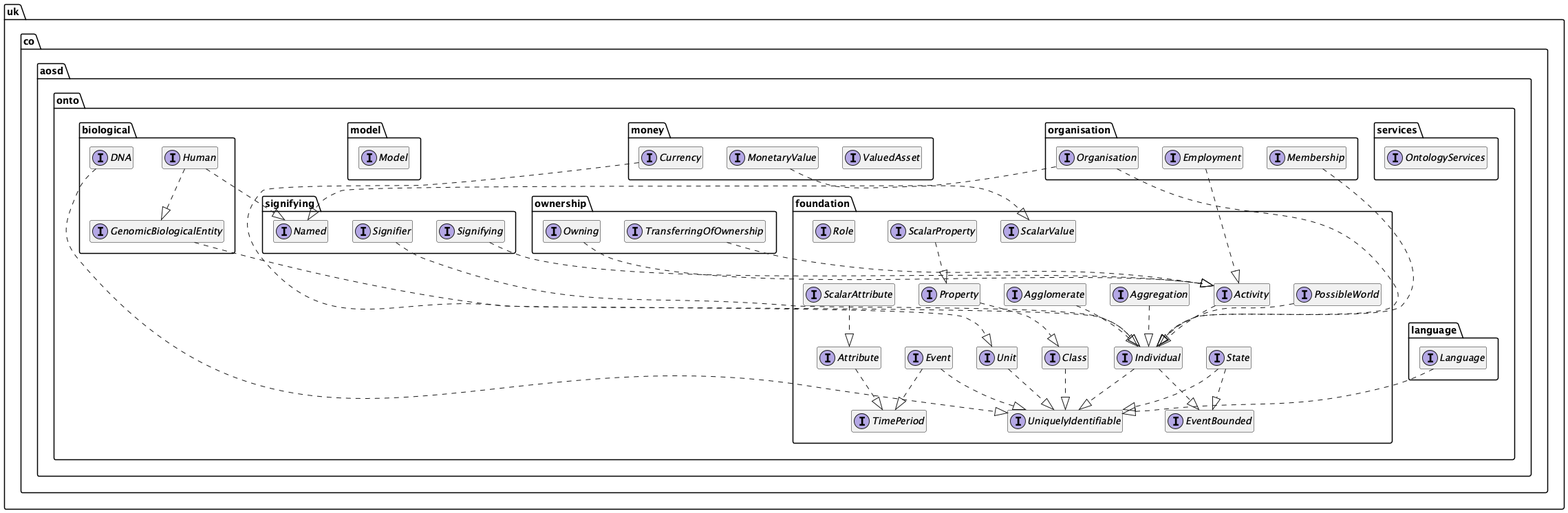
Earlier version of the PlantUML export diagrams/uml.png (twalmsley/FoundationOntology).
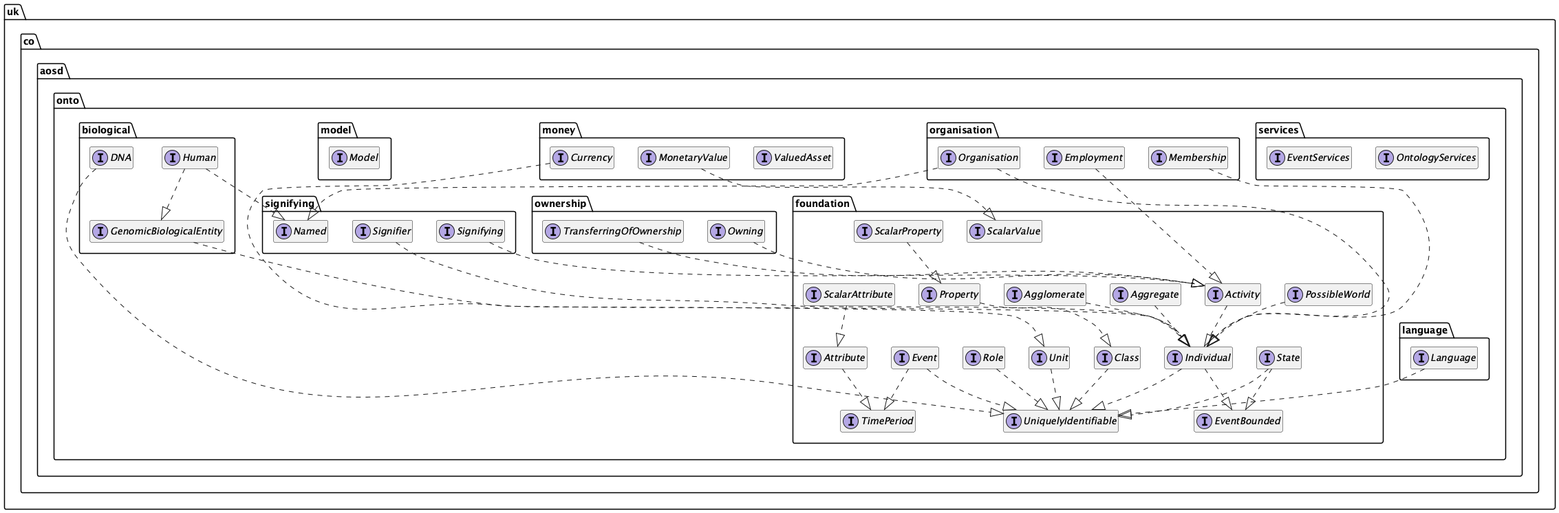
Above is the later version.

Commit message:
Updated UML diagram.

What changed in the source:
```diff
@@ -26,7 +26,7 @@
 }
 
 
-interface uk.co.aosd.onto.foundation.Aggregation {
+interface uk.co.aosd.onto.foundation.Aggregate {
 	{method}  {abstract} +quantity () : uk.co.aosd.onto.foundation.ScalarValue
 }
 
@@ -167,24 +167,43 @@
 }
 
 
+interface uk.co.aosd.onto.services.EventServices {
+	{method}  {abstract} +createAppointedEvent ( paramString1 : String , paramInstant2 : java.time.Instant , paramInstant3 : java.time.Instant ) : uk.co.aosd.onto.events.Appointed
+	{method}  {abstract} +createBirthEvent ( paramString1 : String , paramInstant2 : java.time.Instant , paramInstant3 : java.time.Instant ) : uk.co.aosd.onto.events.Birth
+	{method}  {abstract} +createBuiltEvent ( paramString1 : String , paramInstant2 : java.time.Instant , paramInstant3 : java.time.Instant ) : uk.co.aosd.onto.events.Built
+	{method}  {abstract} +createCreatedEvent ( paramString1 : String , paramInstant2 : java.time.Instant , paramInstant3 : java.time.Instant ) : uk.co.aosd.onto.events.Created
+	{method}  {abstract} +createDeathEvent ( paramString1 : String , paramInstant2 : java.time.Instant , paramInstant3 : java.time.Instant ) : uk.co.aosd.onto.events.Death
+	{method}  {abstract} +createDeletedEvent ( paramString1 : String , paramInstant2 : java.time.Instant , paramInstant3 : java.time.Instant ) : uk.co.aosd.onto.events.Deleted
+	{method}  {abstract} +createDissolvedEvent ( paramString1 : String , paramInstant2 : java.time.Instant , paramInstant3 : java.time.Instant ) : uk.co.aosd.onto.events.Dissolved
+	{method}  {abstract} +createFormedEvent ( paramString1 : String , paramInstant2 : java.time.Instant , paramInstant3 : java.time.Instant ) : uk.co.aosd.onto.events.Formed
+	{method}  {abstract} +createRemovedEvent ( paramString1 : String , paramInstant2 : java.time.Instant , paramInstant3 : java.time.Instant ) : uk.co.aosd.onto.events.Removed
+	{method}  {abstract} +createResignifiedEvent ( paramString1 : String , paramInstant2 : java.time.Instant , paramInstant3 : java.time.Instant ) : uk.co.aosd.onto.events.Resignified
+	{method}  {abstract} +createScrappedEvent ( paramString1 : String , paramInstant2 : java.time.Instant , paramInstant3 : java.time.Instant ) : uk.co.aosd.onto.events.Scrapped
+	{method}  {abstract} +createSoldEvent ( paramString1 : String , paramInstant2 : java.time.Instant , paramInstant3 : java.time.Instant ) : uk.co.aosd.onto.events.Sold
+	{method}  {abstract} +createStartedEvent ( paramString1 : String , paramInstant2 : java.time.Instant , paramInstant3 : java.time.Instant ) : uk.co.aosd.onto.events.Started
+	{method}  {abstract} +createStoppedEvent ( paramString1 : String , paramInstant2 : java.time.Instant , paramInstant3 : java.time.Instant ) : uk.co.aosd.onto.events.Stopped
+	{method}  {abstract} +createTransferredFromEvent ( paramString1 : String , paramInstant2 : java.time.Instant , paramInstant3 : java.time.Instant ) : uk.co.aosd.onto.events.TransferredFrom
+	{method}  {abstract} +createTransferredToEvent ( paramString1 : String , paramInstant2 : java.time.Instant , paramInstant3 : java.time.Instant ) : uk.co.aosd.onto.events.TransferredTo
+}
+
+
 interface uk.co.aosd.onto.services.OntologyServices {
+	{method}  {abstract} +createAgglomerate ( paramString1 : String , paramSet2 : java.util.Set , paramAggregated3 : uk.co.aosd.onto.events.Aggregated , paramDisaggregated4 : uk.co.aosd.onto.events.Disaggregated ) : uk.co.aosd.onto.foundation.Agglomerate
 	{method}  {abstract} +createClass ( paramString1 : String , paramSet2 : java.util.Set ) : uk.co.aosd.onto.foundation.Class
 	{method}  {abstract} +createCurrency ( paramString1 : String , paramString2 : String , paramString3 : String , paramchar4 : char ) : uk.co.aosd.onto.money.Currency
 	{method}  {abstract} +createDna ( paramString1 : String , paramString2 : String ) : uk.co.aosd.onto.biological.DNA
-	{method}  {abstract} +createEvent ( paramString1 : String , paramInstant2 : java.time.Instant , paramInstant3 : java.time.Instant ) : uk.co.aosd.onto.foundation.Event
-	{method}  {abstract} +createHuman ( paramString1 : String , paramEvent2 : uk.co.aosd.onto.foundation.Event , paramEvent3 : uk.co.aosd.onto.foundation.Event , paramClass4 : uk.co.aosd.onto.foundation.Class , paramLanguage5 : uk.co.aosd.onto.language.Language , paramClass6 : uk.co.aosd.onto.foundation.Class , paramDNA7 : uk.co.aosd.onto.biological.DNA ) : uk.co.aosd.onto.biological.Human
-	{method}  {abstract} +createIndividual ( paramString1 : String , paramEvent2 : uk.co.aosd.onto.foundation.Event , paramEvent3 : uk.co.aosd.onto.foundation.Event ) : uk.co.aosd.onto.foundation.Individual
+	{method}  {abstract} +createHuman ( paramString1 : String , paramBirth2 : uk.co.aosd.onto.events.Birth , paramDeath3 : uk.co.aosd.onto.events.Death , paramClass4 : uk.co.aosd.onto.foundation.Class , paramLanguage5 : uk.co.aosd.onto.language.Language , paramClass6 : uk.co.aosd.onto.foundation.Class , paramDNA7 : uk.co.aosd.onto.biological.DNA ) : uk.co.aosd.onto.biological.Human
 	{method}  {abstract} +createLanguage ( paramString1 : String , paramString2 : String ) : uk.co.aosd.onto.language.Language
-	{method}  {abstract} +createMembership ( paramString1 : String , paramHuman2 : uk.co.aosd.onto.biological.Human , paramRole3 : uk.co.aosd.onto.foundation.Role , paramEvent4 : uk.co.aosd.onto.foundation.Event , paramEvent5 : uk.co.aosd.onto.foundation.Event ) : uk.co.aosd.onto.organisation.Membership
+	{method}  {abstract} +createMembership ( paramString1 : String , paramHuman2 : uk.co.aosd.onto.biological.Human , paramRole3 : uk.co.aosd.onto.foundation.Role , paramAppointed4 : uk.co.aosd.onto.events.Appointed , paramRemoved5 : uk.co.aosd.onto.events.Removed ) : uk.co.aosd.onto.organisation.Membership
 	{method}  {abstract} +createModel () : uk.co.aosd.onto.model.Model
 	{method}  {abstract} +createMonetaryValue ( paramDecimal3f1 : org.decimal4j.immutable.Decimal3f , paramCurrency2 : uk.co.aosd.onto.money.Currency ) : uk.co.aosd.onto.money.MonetaryValue
-	{method}  {abstract} +createOrganisation ( paramString1 : String , paramClass2 : uk.co.aosd.onto.foundation.Class , paramString3 : String , paramClass4 : uk.co.aosd.onto.foundation.Class , paramClass5 : uk.co.aosd.onto.foundation.Class , paramEvent6 : uk.co.aosd.onto.foundation.Event , paramEvent7 : uk.co.aosd.onto.foundation.Event ) : uk.co.aosd.onto.organisation.Organisation
-	{method}  {abstract} +createOwnership ( paramString1 : String , paramString2 : String , paramIndividual3 : uk.co.aosd.onto.foundation.Individual , paramIndividual4 : uk.co.aosd.onto.foundation.Individual , paramEvent5 : uk.co.aosd.onto.foundation.Event , paramEvent6 : uk.co.aosd.onto.foundation.Event ) : uk.co.aosd.onto.ownership.Owning
-	{method}  {abstract} +createPossibleWorld ( paramString1 : String , paramSet2 : java.util.Set , paramEvent3 : uk.co.aosd.onto.foundation.Event , paramEvent4 : uk.co.aosd.onto.foundation.Event ) : uk.co.aosd.onto.foundation.PossibleWorld
-	{method}  {abstract} +createRole ( paramString1 : String ) : uk.co.aosd.onto.foundation.Role
-	{method}  {abstract} +createSignifier ( paramString1 : String , paramObject2 : Object , paramLanguage3 : uk.co.aosd.onto.language.Language , paramEvent4 : uk.co.aosd.onto.foundation.Event , paramEvent5 : uk.co.aosd.onto.foundation.Event ) : uk.co.aosd.onto.signifying.Signifier
+	{method}  {abstract} +createOrganisation ( paramString1 : String , paramClass2 : uk.co.aosd.onto.foundation.Class , paramString3 : String , paramClass4 : uk.co.aosd.onto.foundation.Class , paramClass5 : uk.co.aosd.onto.foundation.Class , paramFormed6 : uk.co.aosd.onto.events.Formed , paramDissolved7 : uk.co.aosd.onto.events.Dissolved ) : uk.co.aosd.onto.organisation.Organisation
+	{method}  {abstract} +createOwnership ( paramString1 : String , paramString2 : String , paramIndividual3 : uk.co.aosd.onto.foundation.Individual , paramIndividual4 : uk.co.aosd.onto.foundation.Individual , paramTransferredFrom5 : uk.co.aosd.onto.events.TransferredFrom , paramTransferredTo6 : uk.co.aosd.onto.events.TransferredTo ) : uk.co.aosd.onto.ownership.Owning
+	{method}  {abstract} +createPossibleWorld ( paramString1 : String , paramSet2 : java.util.Set , paramCreated3 : uk.co.aosd.onto.events.Created , paramDeleted4 : uk.co.aosd.onto.events.Deleted ) : uk.co.aosd.onto.foundation.PossibleWorld
+	{method}  {abstract} +createRole ( paramString1 : String , paramString2 : String ) : uk.co.aosd.onto.foundation.Role
+	{method}  {abstract} +createSignifier ( paramString1 : String , paramObject2 : Object , paramLanguage3 : uk.co.aosd.onto.language.Language , paramResignified4 : uk.co.aosd.onto.events.Resignified , paramResignified5 : uk.co.aosd.onto.events.Resignified ) : uk.co.aosd.onto.signifying.Signifier
 	{method}  {abstract} +createState ( paramString1 : String , paramIndividual2 : uk.co.aosd.onto.foundation.Individual , paramEvent3 : uk.co.aosd.onto.foundation.Event , paramEvent4 : uk.co.aosd.onto.foundation.Event ) : uk.co.aosd.onto.foundation.State
-	{method}  {abstract} +transferOwnership ( paramString1 : String , paramString2 : String , paramOwning3 : uk.co.aosd.onto.ownership.Owning , paramIndividual4 : uk.co.aosd.onto.foundation.Individual , paramEvent5 : uk.co.aosd.onto.foundation.Event , paramEvent6 : uk.co.aosd.onto.foundation.Event ) : uk.co.aosd.onto.ownership.TransferringOfOwnership
+	{method}  {abstract} +transferOwnership ( paramString1 : String , paramString2 : String , paramOwning3 : uk.co.aosd.onto.ownership.Owning , paramIndividual4 : uk.co.aosd.onto.foundation.Individual , paramStarted5 : uk.co.aosd.onto.events.Started , paramStopped6 : uk.co.aosd.onto.events.Stopped ) : uk.co.aosd.onto.ownership.TransferringOfOwnership
 }
 
 
@@ -214,7 +233,7 @@
 uk.co.aosd.onto.biological.Human ..|>  uk.co.aosd.onto.signifying.Named
 uk.co.aosd.onto.foundation.Activity ..|>  uk.co.aosd.onto.foundation.Individual
 uk.co.aosd.onto.foundation.Agglomerate ..|>  uk.co.aosd.onto.foundation.Individual
-uk.co.aosd.onto.foundation.Aggregation ..|>  uk.co.aosd.onto.foundation.Individual
+uk.co.aosd.onto.foundation.Aggregate ..|>  uk.co.aosd.onto.foundation.Individual
 uk.co.aosd.onto.foundation.Attribute ..|>  uk.co.aosd.onto.foundation.TimePeriod
 uk.co.aosd.onto.foundation.Class ..|>  uk.co.aosd.onto.foundation.UniquelyIdentifiable
 uk.co.aosd.onto.foundation.Event ..|>  uk.co.aosd.onto.foundation.TimePeriod
@@ -223,6 +242,7 @@
 uk.co.aosd.onto.foundation.Individual ..|>  uk.co.aosd.onto.foundation.UniquelyIdentifiable
 uk.co.aosd.onto.foundation.PossibleWorld ..|>  uk.co.aosd.onto.foundation.Individual
 uk.co.aosd.onto.foundation.Property ..|>  uk.co.aosd.onto.foundation.Class
+uk.co.aosd.onto.foundation.Role ..|>  uk.co.aosd.onto.foundation.UniquelyIdentifiable
 uk.co.aosd.onto.foundation.ScalarAttribute ..|>  uk.co.aosd.onto.foundation.Attribute
 uk.co.aosd.onto.foundation.ScalarProperty ..|>  uk.co.aosd.onto.foundation.Property
 uk.co.aosd.onto.foundation.State ..|>  uk.co.aosd.onto.foundation.EventBounded
```
